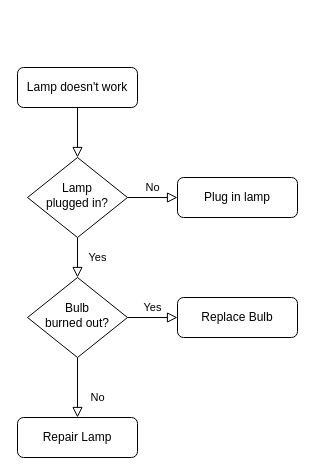
The draw.io diagram payment.drawio in kikii-develope/system_architecture_design, before the edit. Source tidied: cells renumbered, new cells numbered last; positions are measured from the earlier drawing's top-left corner, leaving out a move shared by most shapes. Both pictures are drawn from the tidied source at 100%, with x=0, y=0 at pixel (17, 67).
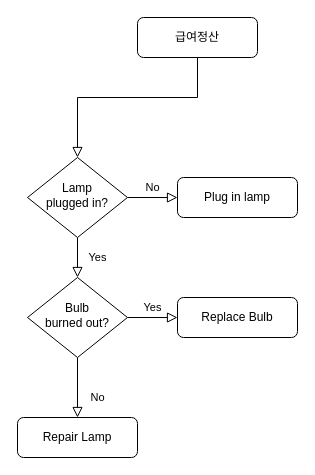
The same page after the edit.

What changed in the source:
```diff
@@
 <mxGraphModel>
   <root>
     <mxCell id="0" />
     <mxCell id="1" parent="0" />
     <mxCell id="2" style="rounded=0;html=1;jettySize=auto;fontSize=11;endArrow=block;endFill=0;endSize=8;strokeWidth=1;shadow=0;labelBackgroundColor=none;edgeStyle=orthogonalEdgeStyle;" parent="1" edge="1" source="3" target="6">
-      <mxGeometry relative="1" as="geometry" />
+      <mxGeometry relative="1" as="geometry">
+        <Array as="points">
+          <mxPoint x="180" y="30" />
+          <mxPoint x="60" y="30" />
+        </Array>
+      </mxGeometry>
     </mxCell>
-    <mxCell id="3" value="Lamp doesn't work" style="rounded=1;whiteSpace=wrap;html=1;fontSize=12;glass=0;strokeWidth=1;shadow=0;" parent="1" vertex="1">
-      <mxGeometry width="120" height="40" as="geometry" />
+    <mxCell id="3" value="급여정산" style="rounded=1;whiteSpace=wrap;html=1;fontSize=12;glass=0;strokeWidth=1;shadow=0;" parent="1" vertex="1">
+      <mxGeometry x="120" y="-50" width="120" height="40" as="geometry" />
     </mxCell>
     <mxCell id="4" value="Yes" style="rounded=0;html=1;jettySize=auto;fontSize=11;endArrow=block;endFill=0;endSize=8;strokeWidth=1;shadow=0;labelBackgroundColor=none;edgeStyle=orthogonalEdgeStyle;" parent="1" edge="1" source="6" target="10">
       <mxGeometry y="20" relative="1" as="geometry" />
     </mxCell>
     <mxCell id="5" value="No" style="edgeStyle=orthogonalEdgeStyle;rounded=0;html=1;jettySize=auto;fontSize=11;endArrow=block;endFill=0;endSize=8;strokeWidth=1;shadow=0;labelBackgroundColor=none;" parent="1" edge="1" source="6" target="7">
       <mxGeometry y="10" relative="1" as="geometry" />
     </mxCell>
     <mxCell id="6" value="Lamp&lt;br&gt;plugged in?" style="rhombus;whiteSpace=wrap;html=1;shadow=0;fontFamily=Helvetica;fontSize=12;align=center;strokeWidth=1;spacing=6;spacingTop=-4;" parent="1" vertex="1">
       <mxGeometry x="10" y="90" width="100" height="80" as="geometry" />
     </mxCell>
     <mxCell id="7" value="Plug in lamp" style="rounded=1;whiteSpace=wrap;html=1;fontSize=12;glass=0;strokeWidth=1;shadow=0;" parent="1" vertex="1">
       <mxGeometry x="160" y="110" width="120" height="40" as="geometry" />
     </mxCell>
     <mxCell id="8" value="No" style="rounded=0;html=1;jettySize=auto;fontSize=11;endArrow=block;endFill=0;endSize=8;strokeWidth=1;shadow=0;labelBackgroundColor=none;edgeStyle=orthogonalEdgeStyle;" parent="1" edge="1" source="10" target="11">
       <mxGeometry x="0.33" y="20" relative="1" as="geometry" />
     </mxCell>
     <mxCell id="9" value="Yes" style="edgeStyle=orthogonalEdgeStyle;rounded=0;html=1;jettySize=auto;fontSize=11;endArrow=block;endFill=0;endSize=8;strokeWidth=1;shadow=0;labelBackgroundColor=none;" parent="1" edge="1" source="10" target="12">
       <mxGeometry y="10" relative="1" as="geometry" />
     </mxCell>
     <mxCell id="10" value="Bulb&lt;br&gt;burned out?" style="rhombus;whiteSpace=wrap;html=1;shadow=0;fontFamily=Helvetica;fontSize=12;align=center;strokeWidth=1;spacing=6;spacingTop=-4;" parent="1" vertex="1">
       <mxGeometry x="10" y="210" width="100" height="80" as="geometry" />
     </mxCell>
     <mxCell id="11" value="Repair Lamp" style="rounded=1;whiteSpace=wrap;html=1;fontSize=12;glass=0;strokeWidth=1;shadow=0;" parent="1" vertex="1">
       <mxGeometry y="350" width="120" height="40" as="geometry" />
     </mxCell>
     <mxCell id="12" value="Replace Bulb" style="rounded=1;whiteSpace=wrap;html=1;fontSize=12;glass=0;strokeWidth=1;shadow=0;" parent="1" vertex="1">
       <mxGeometry x="160" y="230" width="120" height="40" as="geometry" />
     </mxCell>
   </root>
 </mxGraphModel>
```
